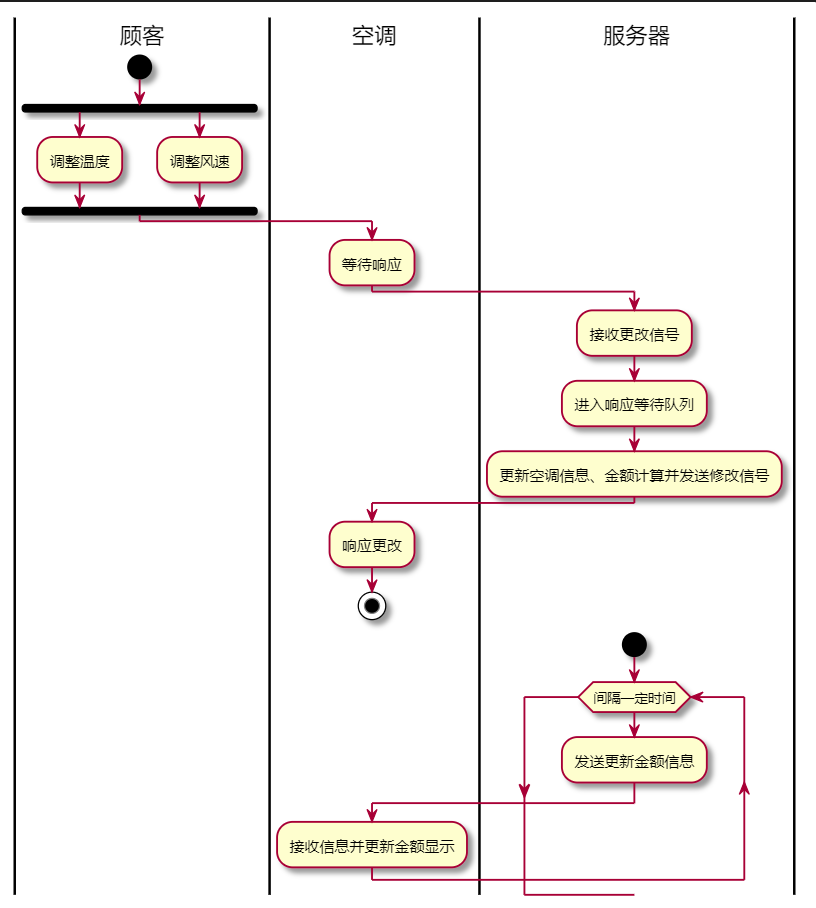
The PlantUML diagram Doc&Ref/Phase2/活动图和uml/使用空调服务(调节空调).png in RiddMa/SoftwareEngineering2021, before a commit. Its source is kept beside it as Doc&Ref/Phase2/活动图和uml/使用空调服务(调节空调).wsd. The source it was exported from:
```plantuml
@startuml
|顾客|
start
fork
	:调整温度;
  fork again
	:调整风速;
end fork
|空调|
:等待响应;
|服务器|
:接收更改信号;
:进入响应等待队列;
:更新空调信息、金额计算并发送修改信号;
|空调|
:响应更改;
stop

|服务器|
start
while (间隔一定时间)
  :发送更新金额信息;
  |空调|
  :接收信息并更新金额显示;
end while
@enduml
```
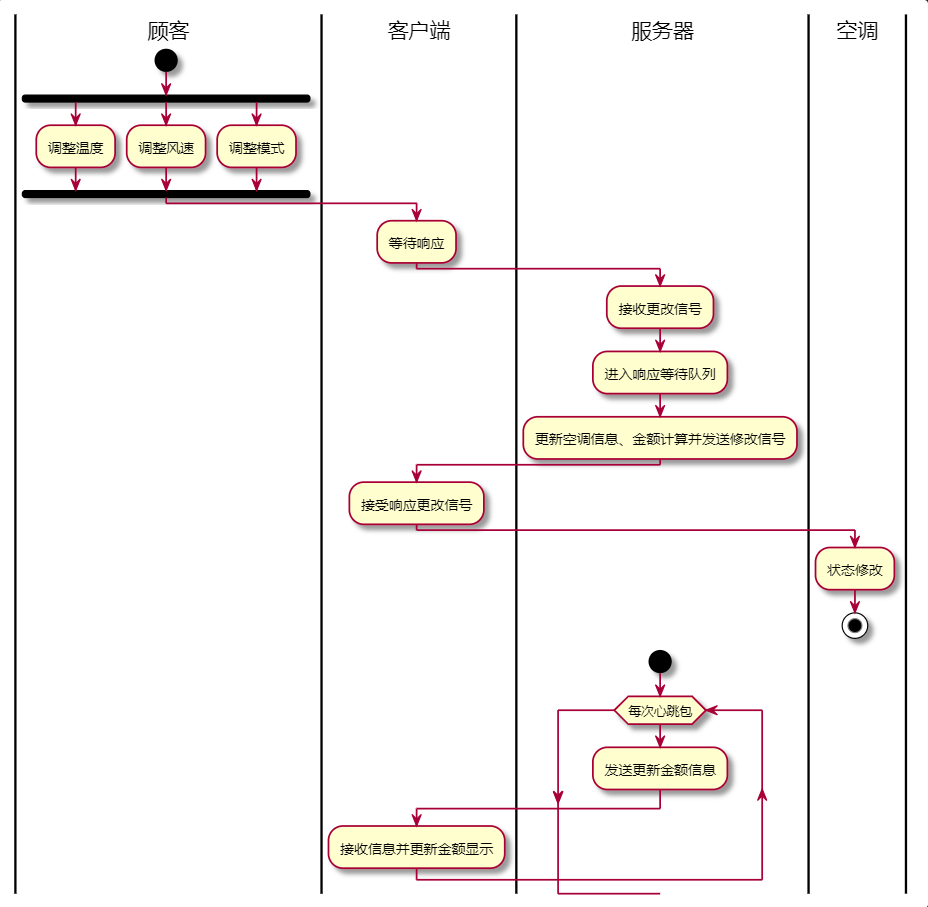
Later version of the same file.

Diff of the diagram source:
```diff
@@ -5,22 +5,26 @@
 	:调整温度;
   fork again
 	:调整风速;
+  fork again
+	:调整模式;
 end fork
-|空调|
+|客户端|
 :等待响应;
 |服务器|
 :接收更改信号;
 :进入响应等待队列;
 :更新空调信息、金额计算并发送修改信号;
+|客户端|
+:接受响应更改信号;
 |空调|
-:响应更改;
+:状态修改;
 stop
 
 |服务器|
 start
-while (间隔一定时间)
+while (每次心跳包)
   :发送更新金额信息;
-  |空调|
+  |客户端|
   :接收信息并更新金额显示;
 end while
 @enduml
```
